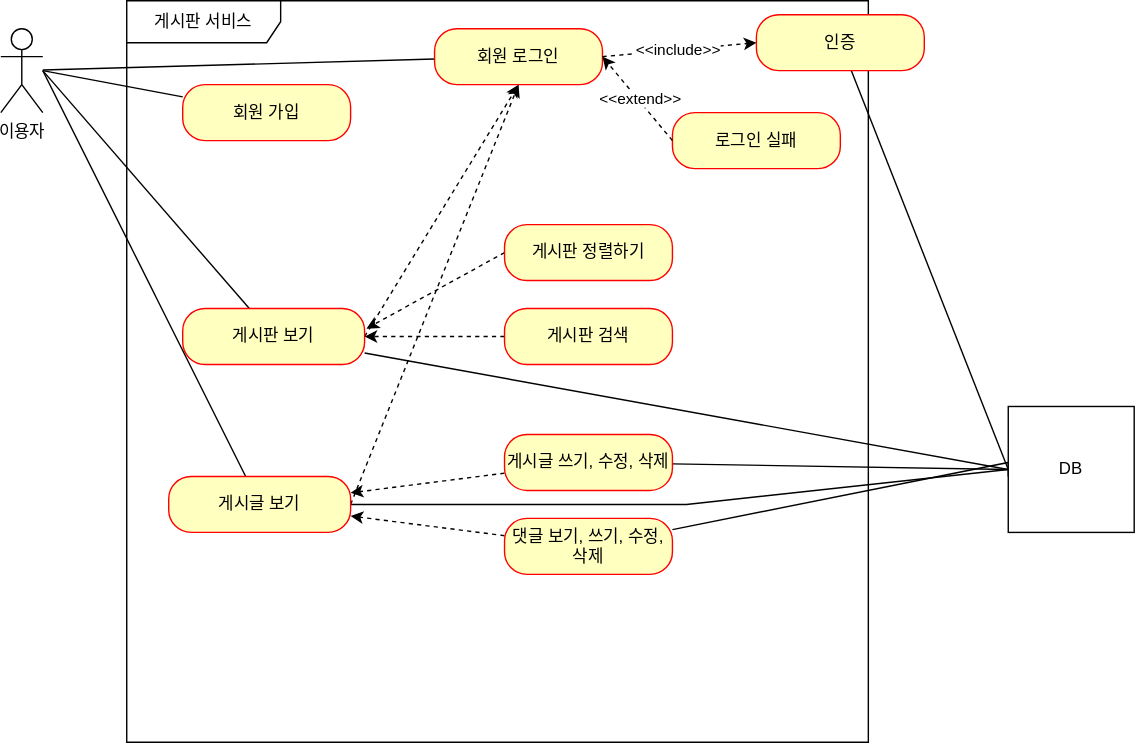
Kim-Soon-Ki/fastcampus-project-board keeps this draw.io diagram as document/use-case.svg. Above is the earlier version. Source tidied: cells renumbered, new cells last; positions are measured from the earlier drawing's top-left corner, leaving out a move shared by most shapes.
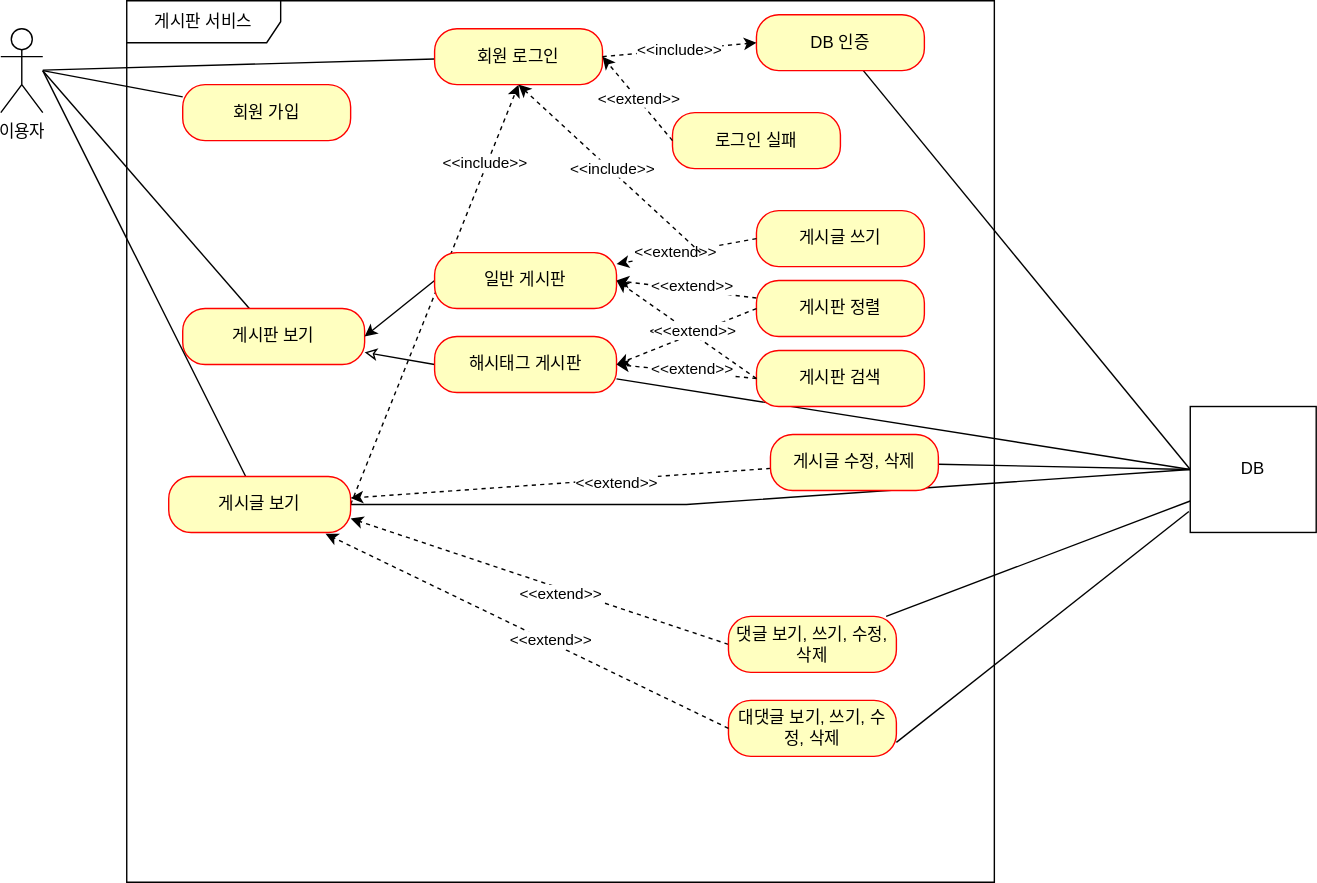
Above is the later version.

Commit message:
#53 - use-case.svg 업데이트 : 최신화

Change to the diagram source:
```diff
@@ -6,7 +6,7 @@
       <mxGeometry y="20" width="30" height="60" as="geometry" />
     </mxCell>
     <mxCell id="3" value="게시판 서비스" style="shape=umlFrame;whiteSpace=wrap;html=1;width=110;height=30;" parent="1" vertex="1">
-      <mxGeometry x="90" width="530" height="530" as="geometry" />
+      <mxGeometry x="90" width="620" height="630" as="geometry" />
     </mxCell>
     <mxCell id="4" style="rounded=0;jettySize=auto;html=1;endArrow=none;endFill=0;" parent="1" edge="1" source="5">
       <mxGeometry relative="1" as="geometry">
@@ -21,10 +21,7 @@
         <mxPoint x="30" y="50" as="targetPoint" />
       </mxGeometry>
     </mxCell>
-    <mxCell id="7" style="rounded=0;jettySize=auto;html=1;entryX=0.5;entryY=1;entryDx=0;entryDy=0;exitX=1;exitY=0.5;exitDx=0;exitDy=0;dashed=1;" parent="1" edge="1" source="9" target="15">
-      <mxGeometry relative="1" as="geometry" />
-    </mxCell>
-    <mxCell id="8" style="rounded=0;jettySize=auto;html=1;entryX=0;entryY=0.5;entryDx=0;entryDy=0;endArrow=none;endFill=0;" parent="1" edge="1" source="9" target="32">
+    <mxCell id="8" style="rounded=0;jettySize=auto;html=1;entryX=0;entryY=0.5;entryDx=0;entryDy=0;endArrow=none;endFill=0;" parent="1" edge="1" source="42" target="32">
       <mxGeometry relative="1" as="geometry" />
     </mxCell>
     <mxCell id="9" value="게시판 보기" style="rounded=1;whiteSpace=wrap;html=1;arcSize=40;fontColor=#000000;fillColor=#ffffc0;strokeColor=#ff0000;" parent="1" vertex="1">
@@ -38,6 +35,9 @@
     <mxCell id="11" style="rounded=0;jettySize=auto;html=1;entryX=0.5;entryY=1;entryDx=0;entryDy=0;exitX=1;exitY=0.5;exitDx=0;exitDy=0;dashed=1;" parent="1" edge="1" source="13" target="15">
       <mxGeometry relative="1" as="geometry" />
     </mxCell>
+    <mxCell id="33" value="&amp;lt;&amp;lt;include&amp;gt;&amp;gt;" style="edgeLabel;html=1;align=center;verticalAlign=middle;" parent="11" vertex="1">
+      <mxGeometry x="0.63" y="2" relative="1" as="geometry" />
+    </mxCell>
     <mxCell id="12" style="rounded=0;jettySize=auto;html=1;entryX=0;entryY=0.5;entryDx=0;entryDy=0;endArrow=none;endFill=0;" parent="1" edge="1" source="13" target="32">
       <mxGeometry relative="1" as="geometry">
         <Array as="points">
@@ -57,46 +57,55 @@
     <mxCell id="16" style="rounded=0;jettySize=auto;html=1;entryX=0;entryY=0.5;entryDx=0;entryDy=0;endArrow=none;endFill=0;" parent="1" edge="1" source="17" target="32">
       <mxGeometry relative="1" as="geometry" />
     </mxCell>
-    <mxCell id="17" value="인증" style="rounded=1;whiteSpace=wrap;html=1;arcSize=40;fontColor=#000000;fillColor=#ffffc0;strokeColor=#ff0000;" parent="1" vertex="1">
+    <mxCell id="17" value="DB 인증" style="rounded=1;whiteSpace=wrap;html=1;arcSize=40;fontColor=#000000;fillColor=#ffffc0;strokeColor=#ff0000;" parent="1" vertex="1">
       <mxGeometry x="540" y="10" width="120" height="40" as="geometry" />
     </mxCell>
     <mxCell id="18" value="로그인 실패" style="rounded=1;whiteSpace=wrap;html=1;arcSize=40;fontColor=#000000;fillColor=#ffffc0;strokeColor=#ff0000;" parent="1" vertex="1">
       <mxGeometry x="480" y="80" width="120" height="40" as="geometry" />
     </mxCell>
-    <mxCell id="19" style="rounded=0;jettySize=auto;html=1;entryX=1.01;entryY=0.359;entryDx=0;entryDy=0;entryPerimeter=0;dashed=1;exitX=0;exitY=0.5;exitDx=0;exitDy=0;" parent="1" edge="1" source="20" target="9">
-      <mxGeometry relative="1" as="geometry" />
+    <mxCell id="19" style="rounded=0;jettySize=auto;html=1;dashed=1;exitX=0;exitY=0.5;exitDx=0;exitDy=0;" parent="1" edge="1" source="40">
+      <mxGeometry relative="1" as="geometry">
+        <mxPoint x="380" y="210" as="targetPoint" />
+        <Array as="points">
+          <mxPoint x="380" y="210" />
+        </Array>
+      </mxGeometry>
     </mxCell>
-    <mxCell id="20" value="게시판 정렬하기" style="rounded=1;whiteSpace=wrap;html=1;arcSize=40;fontColor=#000000;fillColor=#ffffc0;strokeColor=#ff0000;" parent="1" vertex="1">
-      <mxGeometry x="360" y="160" width="120" height="40" as="geometry" />
+    <mxCell id="20" value="게시글 쓰기" style="rounded=1;whiteSpace=wrap;html=1;arcSize=40;fontColor=#000000;fillColor=#ffffc0;strokeColor=#ff0000;" parent="1" vertex="1">
+      <mxGeometry x="540" y="150" width="120" height="40" as="geometry" />
     </mxCell>
-    <mxCell id="21" style="rounded=0;jettySize=auto;html=1;dashed=1;" parent="1" edge="1" source="22" target="9">
+    <mxCell id="21" style="rounded=0;jettySize=auto;html=1;dashed=1;entryX=1;entryY=0.5;entryDx=0;entryDy=0;" parent="1" edge="1" source="22" target="40">
       <mxGeometry relative="1" as="geometry" />
     </mxCell>
+    <mxCell id="34" value="&amp;lt;&amp;lt;extend&amp;gt;&amp;gt;" style="edgeLabel;html=1;align=center;verticalAlign=middle;" parent="21" vertex="1">
+      <mxGeometry x="-0.07" y="-3" relative="1" as="geometry" />
+    </mxCell>
-    <mxCell id="22" value="게시판 검색&lt;br&gt;" style="rounded=1;whiteSpace=wrap;html=1;arcSize=40;fontColor=#000000;fillColor=#ffffc0;strokeColor=#ff0000;" parent="1" vertex="1">
-      <mxGeometry x="360" y="220" width="120" height="40" as="geometry" />
+    <mxCell id="22" value="게시판 정렬" style="rounded=1;whiteSpace=wrap;html=1;arcSize=40;fontColor=#000000;fillColor=#ffffc0;strokeColor=#ff0000;" parent="1" vertex="1">
+      <mxGeometry x="540" y="200" width="120" height="40" as="geometry" />
     </mxCell>
     <mxCell id="23" style="rounded=0;jettySize=auto;html=1;dashed=1;" parent="1" edge="1" source="25" target="13">
       <mxGeometry relative="1" as="geometry" />
     </mxCell>
+    <mxCell id="35" value="&amp;lt;&amp;lt;extend&amp;gt;&amp;gt;" style="edgeLabel;html=1;align=center;verticalAlign=middle;" parent="23" vertex="1">
+      <mxGeometry x="-0.26" y="2" relative="1" as="geometry" />
+    </mxCell>
     <mxCell id="24" style="rounded=0;jettySize=auto;html=1;entryX=0;entryY=0.5;entryDx=0;entryDy=0;endArrow=none;endFill=0;" parent="1" edge="1" source="25" target="32">
       <mxGeometry relative="1" as="geometry" />
     </mxCell>
-    <mxCell id="25" value="게시글 쓰기, 수정, 삭제" style="rounded=1;whiteSpace=wrap;html=1;arcSize=40;fontColor=#000000;fillColor=#ffffc0;strokeColor=#ff0000;" parent="1" vertex="1">
-      <mxGeometry x="360" y="310" width="120" height="40" as="geometry" />
+    <mxCell id="25" value="게시글 수정, 삭제" style="rounded=1;whiteSpace=wrap;html=1;arcSize=40;fontColor=#000000;fillColor=#ffffc0;strokeColor=#ff0000;" parent="1" vertex="1">
+      <mxGeometry x="550" y="310" width="120" height="40" as="geometry" />
     </mxCell>
-    <mxCell id="26" style="rounded=0;jettySize=auto;html=1;dashed=1;" parent="1" edge="1" source="28" target="13">
+    <mxCell id="26" style="rounded=0;jettySize=auto;html=1;dashed=1;entryX=1;entryY=0.75;entryDx=0;entryDy=0;exitX=0;exitY=0.5;exitDx=0;exitDy=0;" parent="1" edge="1" source="28" target="13">
       <mxGeometry relative="1" as="geometry" />
     </mxCell>
+    <mxCell id="36" value="&amp;lt;&amp;lt;extend&amp;gt;&amp;gt;" style="edgeLabel;html=1;align=center;verticalAlign=middle;" parent="26" vertex="1">
+      <mxGeometry x="-0.12" y="3" relative="1" as="geometry" />
+    </mxCell>
-    <mxCell id="27" style="rounded=0;jettySize=auto;html=1;endArrow=none;endFill=0;" parent="1" edge="1" source="28">
-      <mxGeometry relative="1" as="geometry">
-        <mxPoint x="720" y="340" as="targetPoint" />
-        <Array as="points">
-          <mxPoint x="720" y="330" />
-        </Array>
-      </mxGeometry>
+    <mxCell id="27" style="rounded=0;jettySize=auto;html=1;endArrow=none;endFill=0;entryX=0;entryY=0.75;entryDx=0;entryDy=0;" parent="1" edge="1" source="28" target="32">
+      <mxGeometry relative="1" as="geometry" />
     </mxCell>
     <mxCell id="28" value="댓글 보기, 쓰기, 수정, 삭제" style="rounded=1;whiteSpace=wrap;html=1;arcSize=40;fontColor=#000000;fillColor=#ffffc0;strokeColor=#ff0000;" parent="1" vertex="1">
-      <mxGeometry x="360" y="370" width="120" height="40" as="geometry" />
+      <mxGeometry x="520" y="440" width="120" height="40" as="geometry" />
     </mxCell>
     <mxCell id="29" value="&amp;lt;&amp;lt;include&amp;gt;&amp;gt;" style="rounded=0;jettySize=auto;html=1;endArrow=classic;endFill=1;exitX=0;exitY=0.5;exitDx=0;exitDy=0;dashed=1;strokeWidth=1;entryX=0;entryY=0.5;entryDx=0;entryDy=0;sourcePerimeterSpacing=0;" parent="1" edge="1" target="17">
       <mxGeometry relative="1" as="geometry">
@@ -110,7 +119,68 @@
       <mxGeometry y="-1" relative="1" as="geometry" />
     </mxCell>
     <mxCell id="32" value="DB" style="html=1;whiteSpace=wrap;" parent="1" vertex="1">
-      <mxGeometry x="720" y="290" width="90" height="90" as="geometry" />
+      <mxGeometry x="850" y="290" width="90" height="90" as="geometry" />
     </mxCell>
+    <mxCell id="37" style="rounded=0;jettySize=auto;html=1;dashed=1;exitX=0;exitY=0.5;exitDx=0;exitDy=0;" parent="1" edge="1" source="20" target="40">
+      <mxGeometry relative="1" as="geometry" />
+    </mxCell>
+    <mxCell id="38" value="&amp;lt;&amp;lt;extend&amp;gt;&amp;gt;" style="edgeLabel;html=1;align=center;verticalAlign=middle;" parent="37" vertex="1">
+      <mxGeometry x="0.16" y="-1" relative="1" as="geometry" />
+    </mxCell>
+    <mxCell id="39" style="rounded=0;jettySize=auto;html=1;entryX=1;entryY=0.5;entryDx=0;entryDy=0;exitX=0;exitY=0.5;exitDx=0;exitDy=0;" parent="1" edge="1" source="40" target="9">
+      <mxGeometry relative="1" as="geometry" />
+    </mxCell>
+    <mxCell id="40" value="일반 게시판&lt;br&gt;" style="rounded=1;whiteSpace=wrap;html=1;arcSize=40;fontColor=#000000;fillColor=#ffffc0;strokeColor=#ff0000;" parent="1" vertex="1">
+      <mxGeometry x="310" y="180" width="130" height="40" as="geometry" />
+    </mxCell>
+    <mxCell id="41" style="rounded=0;jettySize=auto;html=1;entryX=0;entryY=0.5;entryDx=0;entryDy=0;endArrow=none;endFill=0;startArrow=classic;startFill=0;" parent="1" edge="1" source="9" target="42">
+      <mxGeometry relative="1" as="geometry" />
+    </mxCell>
+    <mxCell id="42" value="해시태그 게시판" style="rounded=1;whiteSpace=wrap;html=1;arcSize=40;fontColor=#000000;fillColor=#ffffc0;strokeColor=#ff0000;" parent="1" vertex="1">
+      <mxGeometry x="310" y="240" width="130" height="40" as="geometry" />
+    </mxCell>
+    <mxCell id="43" value="대댓글 보기, 쓰기, 수정, 삭제" style="rounded=1;whiteSpace=wrap;html=1;arcSize=40;fontColor=#000000;fillColor=#ffffc0;strokeColor=#ff0000;" parent="1" vertex="1">
+      <mxGeometry x="520" y="500" width="120" height="40" as="geometry" />
+    </mxCell>
+    <mxCell id="44" style="rounded=0;jettySize=auto;html=1;dashed=1;exitX=0;exitY=0.5;exitDx=0;exitDy=0;entryX=0.862;entryY=1.025;entryDx=0;entryDy=0;entryPerimeter=0;" parent="1" edge="1" target="13">
+      <mxGeometry relative="1" as="geometry">
+        <mxPoint x="520" y="520" as="sourcePoint" />
+      </mxGeometry>
+    </mxCell>
+    <mxCell id="45" value="&amp;lt;&amp;lt;extend&amp;gt;&amp;gt;" style="edgeLabel;html=1;align=center;verticalAlign=middle;" parent="44" vertex="1">
+      <mxGeometry x="-0.1" y="-2" relative="1" as="geometry" />
+    </mxCell>
+    <mxCell id="46" style="rounded=0;jettySize=auto;html=1;endArrow=none;endFill=0;entryX=-0.011;entryY=0.833;entryDx=0;entryDy=0;exitX=1;exitY=0.75;exitDx=0;exitDy=0;entryPerimeter=0;" parent="1" edge="1" source="43" target="32">
+      <mxGeometry relative="1" as="geometry" />
+    </mxCell>
+    <mxCell id="47" value="게시판 검색&lt;br&gt;" style="rounded=1;whiteSpace=wrap;html=1;arcSize=40;fontColor=#000000;fillColor=#ffffc0;strokeColor=#ff0000;" parent="1" vertex="1">
+      <mxGeometry x="540" y="250" width="120" height="40" as="geometry" />
+    </mxCell>
+    <mxCell id="48" style="rounded=0;jettySize=auto;html=1;endArrow=classic;endFill=1;exitX=0;exitY=0.5;exitDx=0;exitDy=0;entryX=0.5;entryY=1;entryDx=0;entryDy=0;startArrow=none;startFill=0;dashed=1;" parent="1" edge="1" target="15">
+      <mxGeometry relative="1" as="geometry">
+        <mxPoint x="500" y="180" as="sourcePoint" />
+      </mxGeometry>
+    </mxCell>
+    <mxCell id="49" value="&amp;lt;&amp;lt;include&amp;gt;&amp;gt;" style="edgeLabel;html=1;align=center;verticalAlign=middle;" parent="48" vertex="1">
+      <mxGeometry y="-1" relative="1" as="geometry" />
+    </mxCell>
+    <mxCell id="50" style="rounded=0;jettySize=auto;html=1;dashed=1;entryX=1;entryY=0.5;entryDx=0;entryDy=0;exitX=0;exitY=0.5;exitDx=0;exitDy=0;" parent="1" edge="1" source="22" target="42">
+      <mxGeometry relative="1" as="geometry" />
+    </mxCell>
+    <mxCell id="51" value="&amp;lt;&amp;lt;extend&amp;gt;&amp;gt;" style="edgeLabel;html=1;align=center;verticalAlign=middle;" parent="50" vertex="1">
+      <mxGeometry x="-0.07" y="-3" relative="1" as="geometry" />
+    </mxCell>
+    <mxCell id="52" style="rounded=0;jettySize=auto;html=1;dashed=1;entryX=1;entryY=0.5;entryDx=0;entryDy=0;exitX=0;exitY=0.5;exitDx=0;exitDy=0;" parent="1" edge="1" source="47" target="42">
+      <mxGeometry relative="1" as="geometry" />
+    </mxCell>
+    <mxCell id="53" value="&amp;lt;&amp;lt;extend&amp;gt;&amp;gt;" style="edgeLabel;html=1;align=center;verticalAlign=middle;" parent="52" vertex="1">
+      <mxGeometry x="-0.07" y="-3" relative="1" as="geometry" />
+    </mxCell>
+    <mxCell id="54" style="rounded=0;jettySize=auto;html=1;dashed=1;entryX=1;entryY=0.5;entryDx=0;entryDy=0;exitX=0;exitY=0.5;exitDx=0;exitDy=0;" parent="1" edge="1" source="47" target="40">
+      <mxGeometry relative="1" as="geometry" />
+    </mxCell>
+    <mxCell id="55" value="&amp;lt;&amp;lt;extend&amp;gt;&amp;gt;" style="edgeLabel;html=1;align=center;verticalAlign=middle;" parent="54" vertex="1">
+      <mxGeometry x="-0.07" y="-3" relative="1" as="geometry" />
+    </mxCell>
   </root>
 </mxGraphModel>
```
